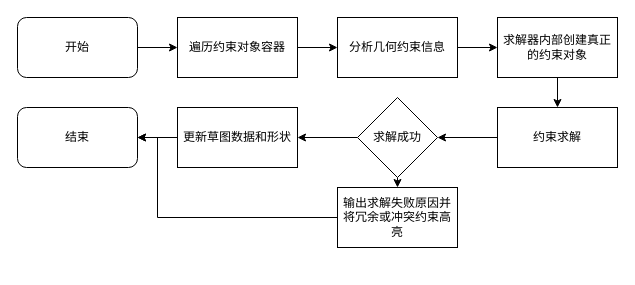
Before: 约束流求解.drawio in liuhuliuhu123/First-test, a draw.io diagram. Source tidied: cells renumbered, new cells numbered last; positions are measured from the earlier drawing's top-left corner, leaving out a move shared by most shapes. Both pictures are drawn from the tidied source at 100%, with x=0, y=0 at pixel (17, 17).
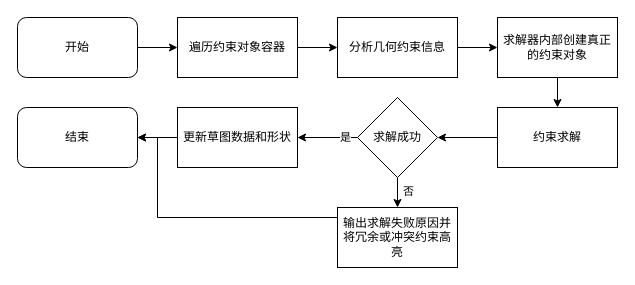
The same diagram, later.

Commit message (it also covers changes not shown here):
更新约束流求解.drawio

The change refers to these unchanged cells:
```xml
<mxCell id="12" style="edgeStyle=orthogonalEdgeStyle;rounded=0;jettySize=auto;html=1;entryX=1;entryY=0.5;entryDx=0;entryDy=0;" parent="1" edge="1" source="14" target="16">
  <mxGeometry relative="1" as="geometry" />
</mxCell>
<mxCell id="13" style="edgeStyle=orthogonalEdgeStyle;rounded=0;jettySize=auto;html=1;exitX=0.5;exitY=1;exitDx=0;exitDy=0;entryX=0.5;entryY=0;entryDx=0;entryDy=0;" parent="1" edge="1" source="14" target="18">
  <mxGeometry relative="1" as="geometry" />
</mxCell>
```

The edit, as a diff of the source:
```diff
@@
+    <mxCell id="20" value="是" style="edgeLabel;html=1;align=center;verticalAlign=middle;" parent="12" vertex="1">
+      <mxGeometry x="-0.57" y="-1" relative="1" as="geometry" />
+    </mxCell>
@@
+    <mxCell id="21" value="否" style="edgeLabel;html=1;align=center;verticalAlign=middle;" parent="13" vertex="1">
+      <mxGeometry x="-0.5" y="1" relative="1" as="geometry">
+        <mxPoint x="9" y="5" as="offset" />
+      </mxGeometry>
+    </mxCell>
@@
     <mxCell id="18" value="输出求解失败原因并将冗余或冲突约束高亮" style="rounded=0;whiteSpace=wrap;html=1;" parent="1" vertex="1">
-      <mxGeometry x="320" y="170" width="120" height="60" as="geometry" />
+      <mxGeometry x="320" y="190" width="120" height="60" as="geometry" />
     </mxCell>
```
